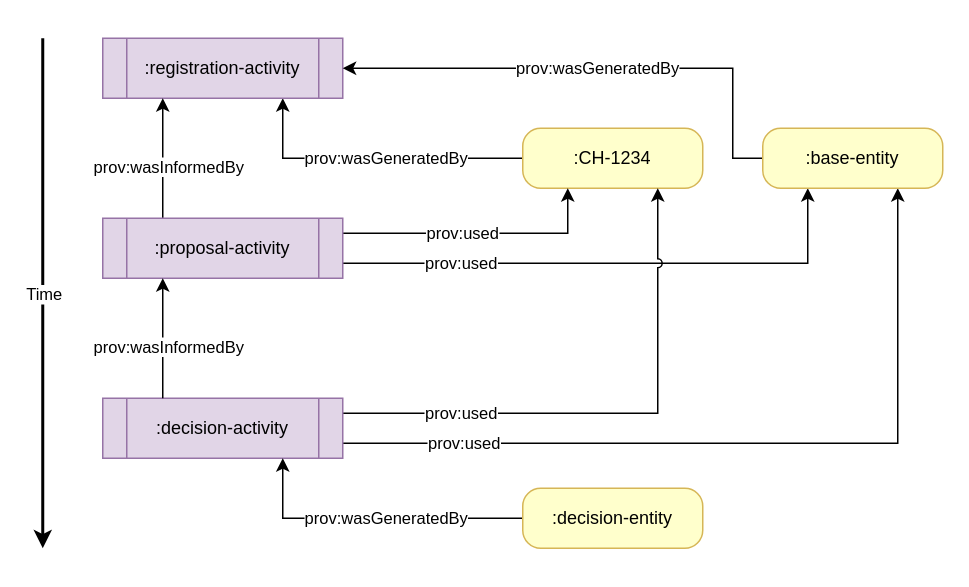
The draw.io diagram img/design_principles_basic.drawio in swiss/paf-link, before the edit. Source tidied: cells renumbered, new cells numbered last; positions are measured from the earlier drawing's top-left corner, leaving out a move shared by most shapes. Both pictures are drawn from the tidied source at 150%, with x=0, y=0 at pixel (42, 38).
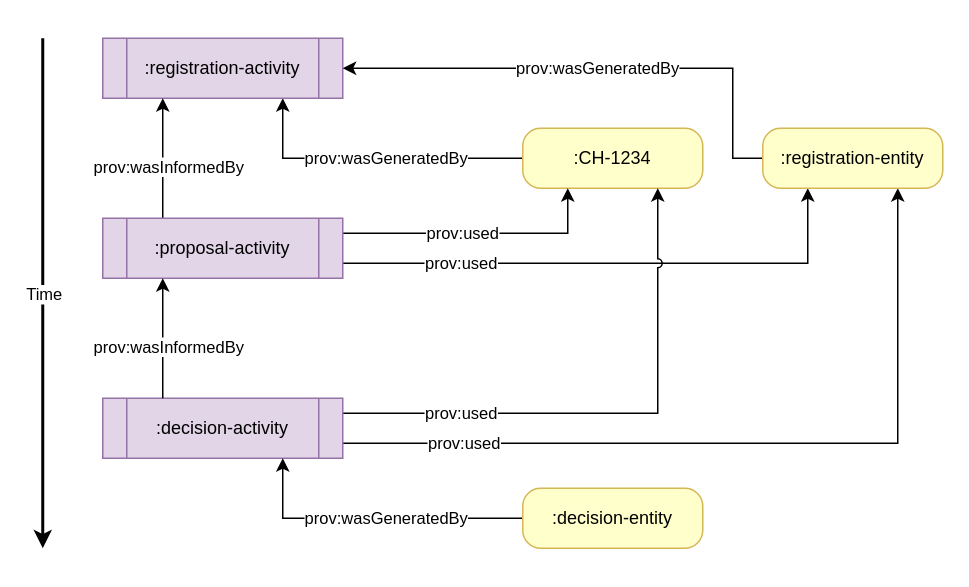
After the change.

Change to the diagram source:
```diff
@@
-    <mxCell id="21" value=":base-entity" style="rounded=1;whiteSpace=wrap;html=1;fillColor=#FFFFCC;strokeColor=#d6b656;arcSize=30;" parent="1" vertex="1">
+    <mxCell id="21" value=":registration-entity" style="rounded=1;whiteSpace=wrap;html=1;fillColor=#FFFFCC;strokeColor=#d6b656;arcSize=30;" parent="1" vertex="1">
       <mxGeometry x="480" y="60" width="120" height="40" as="geometry" />
     </mxCell>
```
